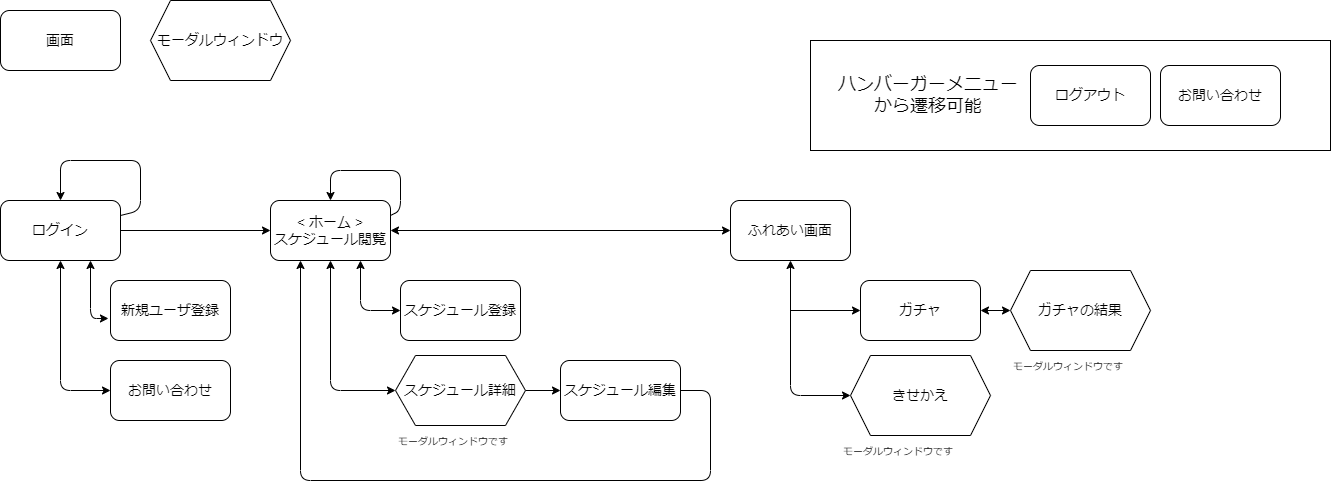
dojo2023/E-3 keeps this draw.io diagram as doc/2_外部設計/画面遷移図.png. Above is the earlier version. Source tidied: cells renumbered, new cells last; positions are measured from the earlier drawing's top-left corner, leaving out a move shared by most shapes.
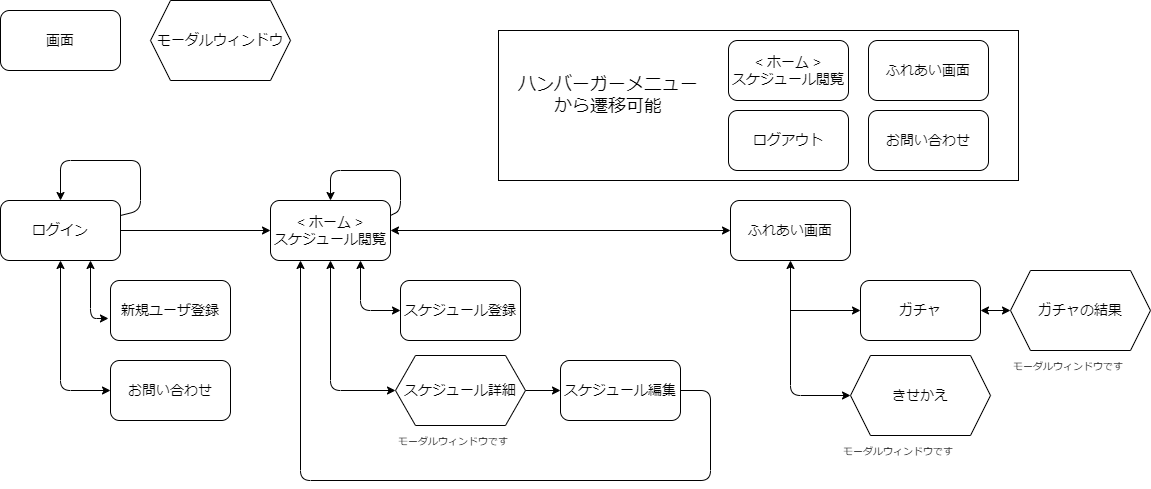
Above is the later version.

Commit message:
画面遷移図_講師レビュー1回目修正2

ハンバーガーメニューの遷移先に、スケジュール閲覧画面とふれあい画面を追加した。

Diff of the diagram source:
```diff
@@ -3,7 +3,7 @@
     <mxCell id="0" />
     <mxCell id="1" parent="0" />
     <mxCell id="2" style="rounded=0;whiteSpace=wrap;html=1;fontSize=18;fillColor=none;" parent="1" vertex="1">
-      <mxGeometry x="810" y="40" width="520" height="110" as="geometry" />
+      <mxGeometry x="498" y="30" width="520" height="150" as="geometry" />
     </mxCell>
     <mxCell id="3" style="edgeStyle=none;html=1;exitX=1;exitY=0.5;exitDx=0;exitDy=0;entryX=0;entryY=0.5;entryDx=0;entryDy=0;fontSize=14;startArrow=none;startFill=0;endArrow=classic;endFill=1;" parent="1" edge="1" source="6" target="11">
       <mxGeometry relative="1" as="geometry" />
@@ -115,13 +115,13 @@
       <mxGeometry x="1010" y="350" width="116" height="30" as="geometry" />
     </mxCell>
     <mxCell id="30" value="&lt;font style=&quot;font-size: 14px;&quot;&gt;ログアウト&lt;br&gt;&lt;/font&gt;" style="rounded=1;whiteSpace=wrap;html=1;fontSize=14;" parent="1" vertex="1">
-      <mxGeometry x="1030" y="65" width="120" height="60" as="geometry" />
+      <mxGeometry x="728" y="110" width="120" height="60" as="geometry" />
     </mxCell>
     <mxCell id="31" value="&lt;font style=&quot;font-size: 14px;&quot;&gt;お問い合わせ&lt;br&gt;&lt;/font&gt;" style="rounded=1;whiteSpace=wrap;html=1;fontSize=14;" parent="1" vertex="1">
-      <mxGeometry x="1160" y="65" width="120" height="60" as="geometry" />
+      <mxGeometry x="868" y="110" width="120" height="60" as="geometry" />
     </mxCell>
     <mxCell id="32" value="&lt;font style=&quot;font-size: 18px;&quot;&gt;ハンバーガーメニュー&lt;br&gt;から遷移可能&lt;/font&gt;" style="text;html=1;strokeColor=none;fillColor=none;align=center;verticalAlign=middle;whiteSpace=wrap;rounded=0;fontSize=14;" parent="1" vertex="1">
-      <mxGeometry x="810" y="80" width="236" height="30" as="geometry" />
+      <mxGeometry x="490" y="80" width="236" height="30" as="geometry" />
     </mxCell>
     <mxCell id="33" style="edgeStyle=none;html=1;exitX=1;exitY=0.25;exitDx=0;exitDy=0;entryX=0.5;entryY=0;entryDx=0;entryDy=0;fontSize=18;" parent="1" edge="1" source="6" target="6">
       <mxGeometry relative="1" as="geometry">
@@ -141,5 +141,11 @@
         </Array>
       </mxGeometry>
     </mxCell>
+    <mxCell id="35" value="&amp;lt; ホーム &amp;gt;&lt;br&gt;スケジュール閲覧" style="rounded=1;whiteSpace=wrap;html=1;fontSize=14;" parent="1" vertex="1">
+      <mxGeometry x="728" y="40" width="120" height="60" as="geometry" />
+    </mxCell>
+    <mxCell id="36" value="ふれあい画面" style="rounded=1;whiteSpace=wrap;html=1;fontSize=14;" parent="1" vertex="1">
+      <mxGeometry x="868" y="40" width="120" height="60" as="geometry" />
+    </mxCell>
   </root>
 </mxGraphModel>
```
